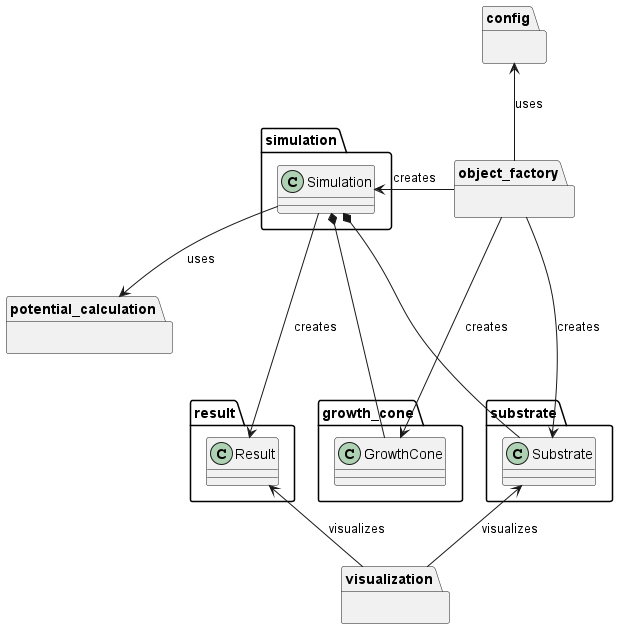
Before: docs/diagram/overview.png, a diagram exported from PlantUML (yavuzkaraca/Topographic-Projection-Sim).
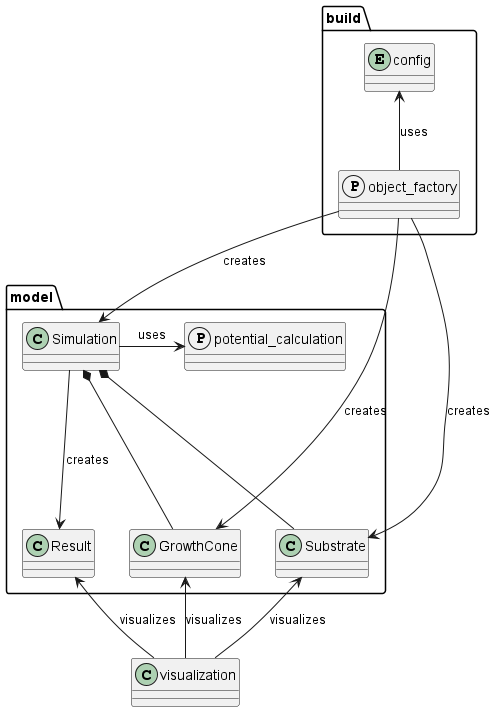
After the commit.

What changed in the source:
```diff
@@ -1,37 +1,28 @@
 @startuml Overview
-package config{
+package build{
+entity config
+protocol object_factory
+}
+
+package model{
+class GrowthCone
+class Result
+class Simulation
+protocol potential_calculation
+class Substrate
 
 }
-package growth_cone{
-    class GrowthCone
-}
-package potential_calculation{
 
-}
-package result{
-    class Result
-}
-package object_factory{
-
-}
-package simulation{
-    class Simulation
-}
-package substrate{
-    class Substrate
-}
-package visualization{
-
-}
 
 config <-- object_factory :  uses
 object_factory --> GrowthCone : creates
 object_factory --> Substrate : creates
-object_factory -> Simulation : creates
-Simulation --> potential_calculation : uses
+object_factory --> Simulation : creates
+Simulation -> potential_calculation : uses
 Simulation ---> Result : creates
 Result <-- visualization : visualizes
 Substrate <-- visualization : visualizes
+GrowthCone <-- visualization : visualizes
 
 Simulation *--- Substrate
 Simulation *--- GrowthCone
```
